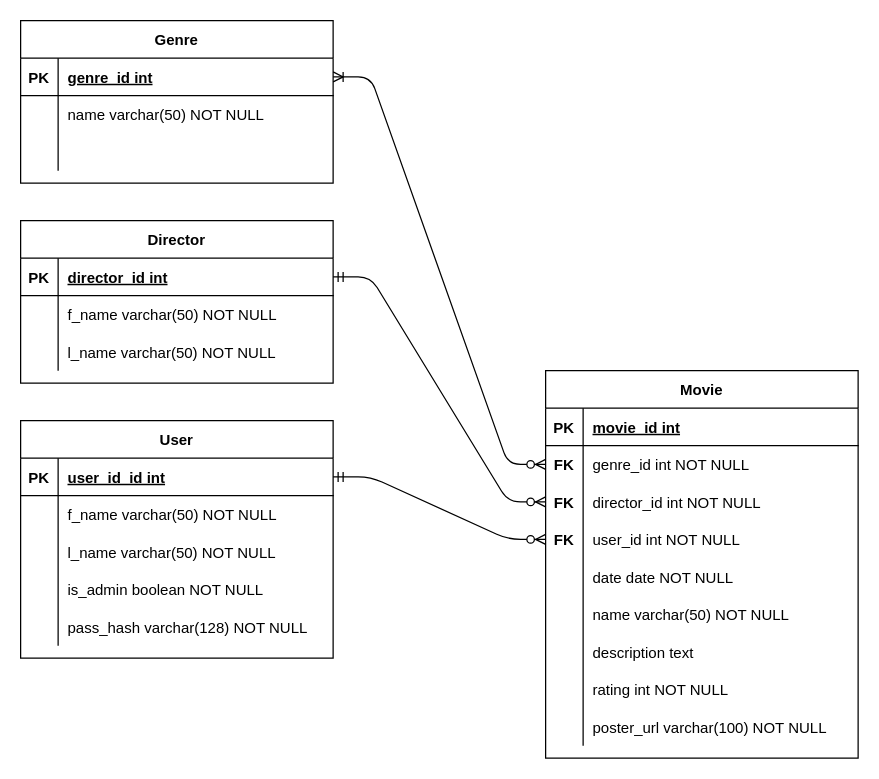
The draw.io diagram app/movie-rental-diagram.drawio in BogdanArtem/movies-rest-api, before the edit. Source tidied: cells renumbered, new cells numbered last; positions are measured from the earlier drawing's top-left corner, leaving out a move shared by most shapes. Both pictures are drawn from the tidied source at 125%, with x=0, y=0 at pixel (20, 20).
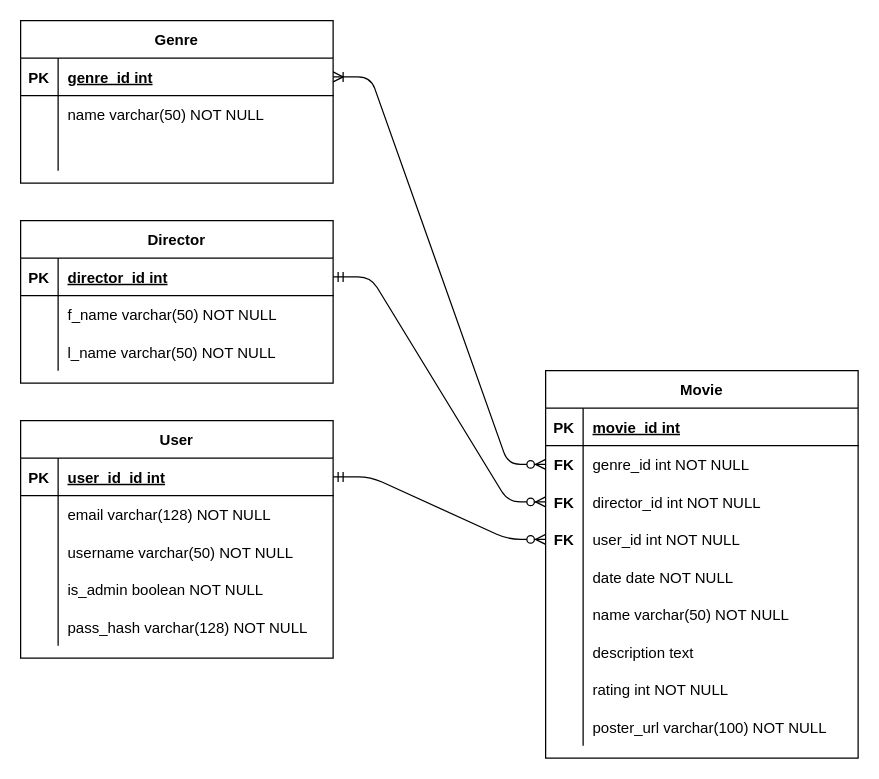
After the change.

Unchanged cells that the change refers to:
```xml
<mxCell id="44" style="shape=partialRectangle;fillColor=none;top=0;left=0;right=0;bottom=0;" parent="40" vertex="1">
  <mxGeometry y="60" width="250" height="30" as="geometry" />
</mxCell>
<mxCell id="47" style="shape=partialRectangle;fillColor=none;top=0;left=0;right=0;bottom=0;" parent="40" vertex="1">
  <mxGeometry y="90" width="250" height="30" as="geometry" />
</mxCell>
```

Change to the diagram source:
```diff
@@
-    <mxCell id="46" value="f_name varchar(50) NOT NULL" style="shape=partialRectangle;overflow=hidden;fillColor=none;top=0;left=0;bottom=0;right=0;align=left;spacingLeft=6;" parent="44" vertex="1">
+    <mxCell id="46" value="email varchar(128) NOT NULL" style="shape=partialRectangle;overflow=hidden;fillColor=none;top=0;left=0;bottom=0;right=0;align=left;spacingLeft=6;" parent="44" vertex="1">
       <mxGeometry x="30" width="220" height="30" as="geometry" />
     </mxCell>
@@
-    <mxCell id="49" value="l_name varchar(50) NOT NULL" style="shape=partialRectangle;overflow=hidden;fillColor=none;top=0;left=0;bottom=0;right=0;align=left;spacingLeft=6;" parent="47" vertex="1">
+    <mxCell id="49" value="username varchar(50) NOT NULL" style="shape=partialRectangle;overflow=hidden;fillColor=none;top=0;left=0;bottom=0;right=0;align=left;spacingLeft=6;" parent="47" vertex="1">
       <mxGeometry x="30" width="220" height="30" as="geometry" />
     </mxCell>
```
